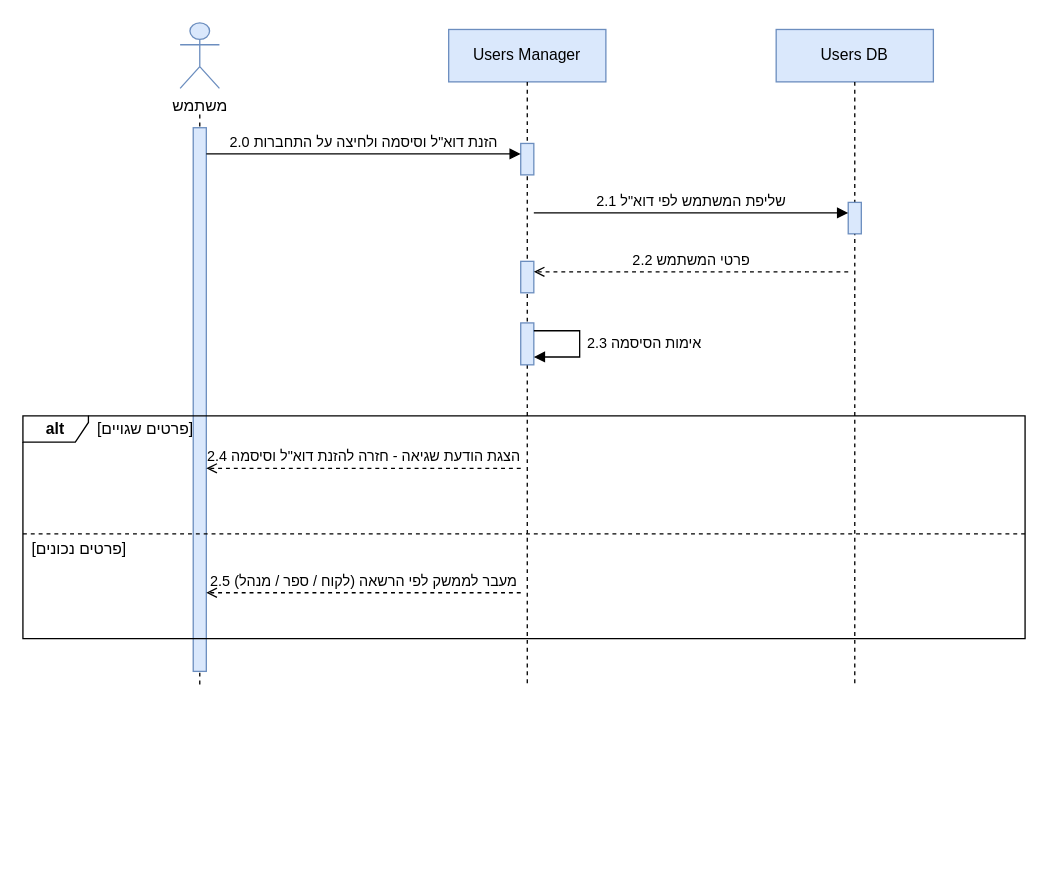
Above: diagrams/SEQ-SUC-2.drawio in arielkaplan20/project_Golden_Hair_Salon (draw.io), before the change. Source tidied: cells renumbered, new cells numbered last; positions are measured from the earlier drawing's top-left corner, leaving out a move shared by most shapes. Both pictures are drawn from the tidied source at 131%, with x=0, y=0 at pixel (22, 22).
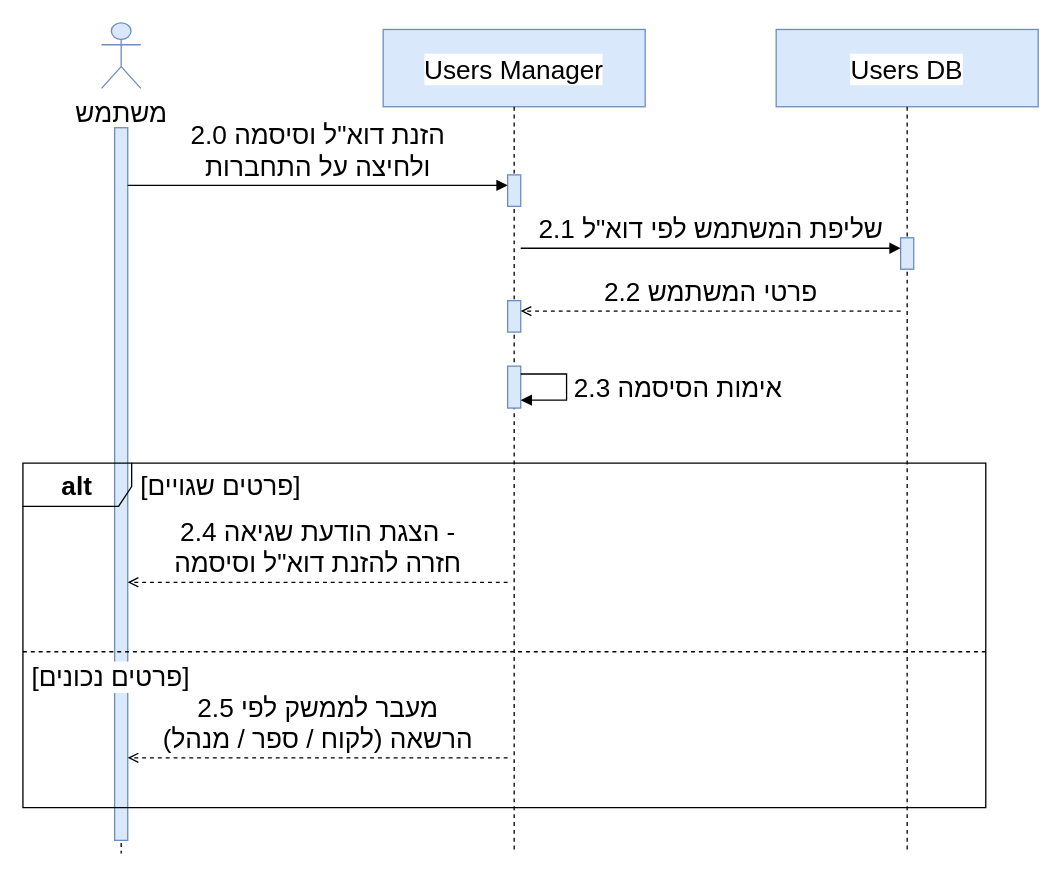
Above is the later version.

What changed in the source:
```diff
@@
-    <mxCell id="2" value="משתמש" style="shape=umlActor;verticalLabelPosition=bottom;verticalAlign=top;html=1;fillColor=#dae8fc;strokeColor=#6c8ebf;" parent="1" vertex="1">
-      <mxGeometry x="120" width="30" height="50" as="geometry" />
+    <mxCell id="2" value="משתמש" style="shape=umlActor;verticalLabelPosition=bottom;verticalAlign=top;html=1;fillColor=#dae8fc;strokeColor=#6c8ebf;fontSize=20;labelBackgroundColor=#ffffff;" parent="1" vertex="1">
+      <mxGeometry x="60" width="30" height="50" as="geometry" />
     </mxCell>
-    <mxCell id="3" value="Users Manager" style="rounded=0;whiteSpace=wrap;html=1;fillColor=#dae8fc;strokeColor=#6c8ebf;" parent="1" vertex="1">
-      <mxGeometry x="325" y="5" width="120" height="40" as="geometry" />
+    <mxCell id="3" value="Users Manager" style="rounded=0;whiteSpace=wrap;html=1;fillColor=#dae8fc;strokeColor=#6c8ebf;fontSize=20;labelBackgroundColor=#ffffff;" parent="1" vertex="1">
+      <mxGeometry x="275" y="5" width="200" height="59" as="geometry" />
     </mxCell>
-    <mxCell id="4" value="Users DB" style="rounded=0;whiteSpace=wrap;html=1;fillColor=#dae8fc;strokeColor=#6c8ebf;" parent="1" vertex="1">
-      <mxGeometry x="575" y="5" width="120" height="40" as="geometry" />
+    <mxCell id="4" value="Users DB" style="rounded=0;whiteSpace=wrap;html=1;fillColor=#dae8fc;strokeColor=#6c8ebf;fontSize=20;labelBackgroundColor=#ffffff;" parent="1" vertex="1">
+      <mxGeometry x="575" y="5" width="200" height="59" as="geometry" />
     </mxCell>
     <mxCell id="5" style="endArrow=none;html=1;dashed=1;strokeColor=#000000;" parent="1" edge="1">
       <mxGeometry relative="1" as="geometry">
-        <mxPoint x="135" y="70" as="sourcePoint" />
-        <mxPoint x="135" y="505" as="targetPoint" />
+        <mxPoint x="75" y="80" as="sourcePoint" />
+        <mxPoint x="75" y="634" as="targetPoint" />
       </mxGeometry>
     </mxCell>
     <mxCell id="6" style="rounded=0;html=1;fillColor=#dae8fc;strokeColor=#6c8ebf;" parent="1" vertex="1">
-      <mxGeometry x="130" y="80" width="10" height="415" as="geometry" />
+      <mxGeometry x="70" y="80" width="10" height="544" as="geometry" />
     </mxCell>
     <mxCell id="7" style="endArrow=none;html=1;dashed=1;strokeColor=#000000;" parent="1" edge="1">
       <mxGeometry relative="1" as="geometry">
-        <mxPoint x="385" y="45" as="sourcePoint" />
-        <mxPoint x="385" y="505" as="targetPoint" />
+        <mxPoint x="375" y="64" as="sourcePoint" />
+        <mxPoint x="375" y="634" as="targetPoint" />
       </mxGeometry>
     </mxCell>
     <mxCell id="8" style="endArrow=none;html=1;dashed=1;strokeColor=#000000;" parent="1" edge="1">
       <mxGeometry relative="1" as="geometry">
-        <mxPoint x="635" y="45" as="sourcePoint" />
-        <mxPoint x="635" y="505" as="targetPoint" />
+        <mxPoint x="675" y="64" as="sourcePoint" />
+        <mxPoint x="675" y="634" as="targetPoint" />
       </mxGeometry>
     </mxCell>
     <mxCell id="9" style="rounded=0;html=1;fillColor=#dae8fc;strokeColor=#6c8ebf;" parent="1" vertex="1">
-      <mxGeometry x="380" y="92" width="10" height="24" as="geometry" />
+      <mxGeometry x="370" y="116" width="10" height="24" as="geometry" />
     </mxCell>
     <mxCell id="10" style="rounded=0;html=1;fillColor=#dae8fc;strokeColor=#6c8ebf;" parent="1" vertex="1">
-      <mxGeometry x="630" y="137" width="10" height="24" as="geometry" />
+      <mxGeometry x="670" y="164" width="10" height="24" as="geometry" />
     </mxCell>
     <mxCell id="11" style="rounded=0;html=1;fillColor=#dae8fc;strokeColor=#6c8ebf;" parent="1" vertex="1">
-      <mxGeometry x="380" y="182" width="10" height="24" as="geometry" />
+      <mxGeometry x="370" y="212" width="10" height="24" as="geometry" />
     </mxCell>
     <mxCell id="12" style="rounded=0;html=1;fillColor=#dae8fc;strokeColor=#6c8ebf;" parent="1" vertex="1">
-      <mxGeometry x="380" y="229" width="10" height="32" as="geometry" />
+      <mxGeometry x="370" y="262" width="10" height="32" as="geometry" />
     </mxCell>
-    <mxCell id="13" value="&lt;b&gt;alt&lt;/b&gt;" style="shape=umlFrame;whiteSpace=wrap;html=1;width=50;height=20;fillColor=none;" parent="1" vertex="1">
-      <mxGeometry y="300" width="765" height="170" as="geometry" />
+    <mxCell id="13" value="&lt;b&gt;alt&lt;/b&gt;" style="shape=umlFrame;whiteSpace=wrap;html=1;width=83;height=33;fillColor=none;fontSize=20;labelBackgroundColor=#ffffff;" parent="1" vertex="1">
+      <mxGeometry y="336" width="735" height="263" as="geometry" />
     </mxCell>
-    <mxCell id="14" value="[פרטים שגויים]" style="text;html=1;align=left;verticalAlign=middle;whiteSpace=nowrap;fillColor=none;strokeColor=none;" parent="1" vertex="1">
-      <mxGeometry x="55" y="300" width="300" height="20" as="geometry" />
+    <mxCell id="14" value="&lt;span style='background:#ffffff'&gt;[פרטים שגויים]&lt;/span&gt;" style="text;html=1;align=left;verticalAlign=middle;whiteSpace=nowrap;fillColor=none;strokeColor=none;fontSize=20;labelBackgroundColor=#ffffff;" parent="1" vertex="1">
+      <mxGeometry x="88" y="336" width="400" height="33" as="geometry" />
     </mxCell>
     <mxCell id="15" style="endArrow=none;html=1;dashed=1;" parent="1" edge="1">
       <mxGeometry relative="1" as="geometry">
-        <mxPoint y="390" as="sourcePoint" />
-        <mxPoint x="765" y="390" as="targetPoint" />
+        <mxPoint y="480" as="sourcePoint" />
+        <mxPoint x="735" y="480" as="targetPoint" />
       </mxGeometry>
     </mxCell>
-    <mxCell id="16" value="[פרטים נכונים]" style="text;html=1;align=left;verticalAlign=middle;whiteSpace=nowrap;fillColor=none;strokeColor=none;" parent="1" vertex="1">
-      <mxGeometry x="5" y="392" width="300" height="20" as="geometry" />
+    <mxCell id="16" value="&lt;span style='background:#ffffff'&gt;[פרטים נכונים]&lt;/span&gt;" style="text;html=1;align=left;verticalAlign=middle;whiteSpace=nowrap;fillColor=none;strokeColor=none;fontSize=20;labelBackgroundColor=#ffffff;" parent="1" vertex="1">
+      <mxGeometry x="5" y="482" width="400" height="33" as="geometry" />
     </mxCell>
-    <mxCell id="17" value="2.0 הזנת דוא&quot;ל וסיסמה ולחיצה על התחברות" style="endArrow=block;endFill=1;html=1;rounded=0;verticalAlign=bottom;labelBackgroundColor=none;" parent="1" edge="1">
+    <mxCell id="17" value="2.0 הזנת דוא&quot;ל וסיסמה&lt;br&gt;ולחיצה על התחברות" style="endArrow=block;endFill=1;html=1;rounded=0;verticalAlign=bottom;labelBackgroundColor=none;fontSize=20;labelBackgroundColor=#ffffff;" parent="1" edge="1">
       <mxGeometry relative="1" as="geometry">
-        <mxPoint x="140" y="100" as="sourcePoint" />
-        <mxPoint x="380" y="100" as="targetPoint" />
+        <mxPoint x="80" y="124" as="sourcePoint" />
+        <mxPoint x="370" y="124" as="targetPoint" />
       </mxGeometry>
     </mxCell>
-    <mxCell id="18" value="2.1 שליפת המשתמש לפי דוא&quot;ל" style="endArrow=block;endFill=1;html=1;rounded=0;verticalAlign=bottom;labelBackgroundColor=none;" parent="1" edge="1">
+    <mxCell id="18" value="2.1 שליפת המשתמש לפי דוא&quot;ל" style="endArrow=block;endFill=1;html=1;rounded=0;verticalAlign=bottom;labelBackgroundColor=none;fontSize=20;labelBackgroundColor=#ffffff;" parent="1" edge="1">
       <mxGeometry relative="1" as="geometry">
-        <mxPoint x="390" y="145" as="sourcePoint" />
-        <mxPoint x="630" y="145" as="targetPoint" />
+        <mxPoint x="380" y="172" as="sourcePoint" />
+        <mxPoint x="670" y="172" as="targetPoint" />
       </mxGeometry>
     </mxCell>
-    <mxCell id="19" value="2.2 פרטי המשתמש" style="endArrow=open;endFill=0;html=1;rounded=0;dashed=1;verticalAlign=bottom;labelBackgroundColor=none;" parent="1" edge="1">
+    <mxCell id="19" value="2.2 פרטי המשתמש" style="endArrow=open;endFill=0;html=1;rounded=0;dashed=1;verticalAlign=bottom;labelBackgroundColor=none;fontSize=20;labelBackgroundColor=#ffffff;" parent="1" edge="1">
       <mxGeometry relative="1" as="geometry">
-        <mxPoint x="630" y="190" as="sourcePoint" />
-        <mxPoint x="390" y="190" as="targetPoint" />
+        <mxPoint x="670" y="220" as="sourcePoint" />
+        <mxPoint x="380" y="220" as="targetPoint" />
       </mxGeometry>
     </mxCell>
-    <mxCell id="20" value="2.3 אימות הסיסמה" style="endArrow=block;endFill=1;html=1;rounded=0;align=left;spacingLeft=4;labelBackgroundColor=none;" parent="1" edge="1">
+    <mxCell id="20" value="2.3 אימות הסיסמה" style="endArrow=block;endFill=1;html=1;rounded=0;align=left;spacingLeft=4;labelBackgroundColor=none;fontSize=20;labelBackgroundColor=#ffffff;" parent="1" edge="1">
       <mxGeometry relative="1" as="geometry">
-        <mxPoint x="390" y="235" as="sourcePoint" />
-        <mxPoint x="390" y="255" as="targetPoint" />
+        <mxPoint x="380" y="268" as="sourcePoint" />
+        <mxPoint x="380" y="288" as="targetPoint" />
         <Array as="points">
-          <mxPoint x="425" y="235" />
-          <mxPoint x="425" y="255" />
+          <mxPoint x="415" y="268" />
+          <mxPoint x="415" y="288" />
         </Array>
       </mxGeometry>
     </mxCell>
-    <mxCell id="21" value="2.4 הצגת הודעת שגיאה - חזרה להזנת דוא&quot;ל וסיסמה" style="endArrow=open;endFill=0;html=1;rounded=0;dashed=1;verticalAlign=bottom;labelBackgroundColor=none;" parent="1" edge="1">
+    <mxCell id="21" value="2.4 הצגת הודעת שגיאה -&lt;br&gt;חזרה להזנת דוא&quot;ל וסיסמה" style="endArrow=open;endFill=0;html=1;rounded=0;dashed=1;verticalAlign=bottom;labelBackgroundColor=none;fontSize=20;labelBackgroundColor=#ffffff;" parent="1" edge="1">
       <mxGeometry relative="1" as="geometry">
-        <mxPoint x="380" y="340" as="sourcePoint" />
-        <mxPoint x="140" y="340" as="targetPoint" />
+        <mxPoint x="370" y="427" as="sourcePoint" />
+        <mxPoint x="80" y="427" as="targetPoint" />
       </mxGeometry>
     </mxCell>
-    <mxCell id="22" value="2.5 מעבר לממשק לפי הרשאה (לקוח / ספר / מנהל)" style="endArrow=open;endFill=0;html=1;rounded=0;dashed=1;verticalAlign=bottom;labelBackgroundColor=none;" parent="1" edge="1">
+    <mxCell id="22" value="2.5 מעבר לממשק לפי&lt;br&gt;הרשאה (לקוח / ספר / מנהל)" style="endArrow=open;endFill=0;html=1;rounded=0;dashed=1;verticalAlign=bottom;labelBackgroundColor=none;fontSize=20;labelBackgroundColor=#ffffff;" parent="1" edge="1">
       <mxGeometry relative="1" as="geometry">
-        <mxPoint x="380" y="435" as="sourcePoint" />
-        <mxPoint x="140" y="435" as="targetPoint" />
+        <mxPoint x="370" y="561" as="sourcePoint" />
+        <mxPoint x="80" y="561" as="targetPoint" />
       </mxGeometry>
     </mxCell>
```
